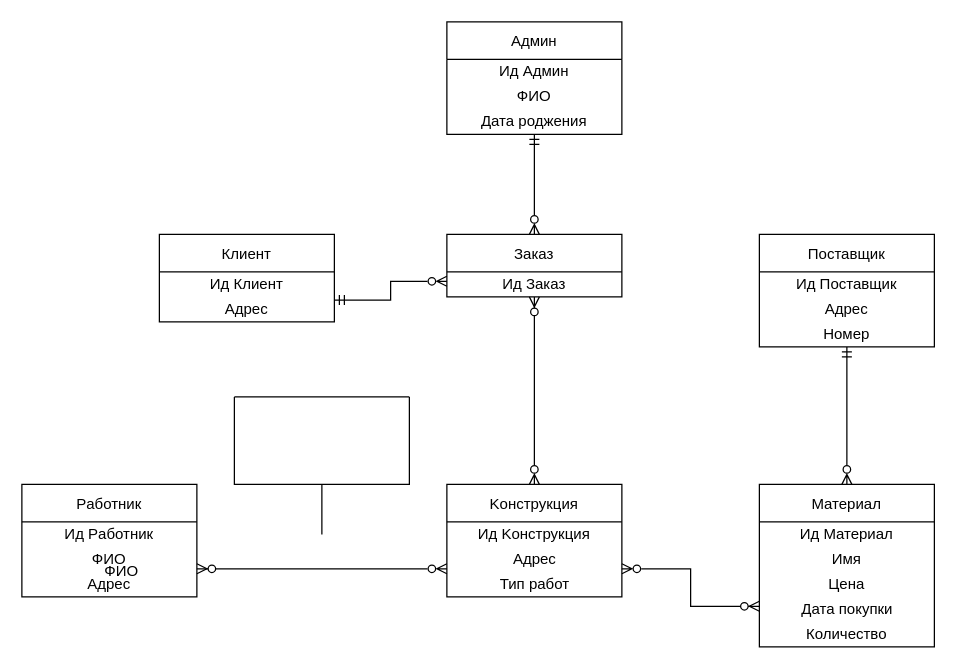
Tokiboyo/Tokiboyo keeps this draw.io diagram as Database table.drawio. Above is the earlier version. Source tidied: cells renumbered, new cells numbered last; positions are measured from the earlier drawing's top-left corner, leaving out a move shared by most shapes. Both pictures are drawn from the tidied source at 125%, with x=0, y=0 at pixel (21, 21).
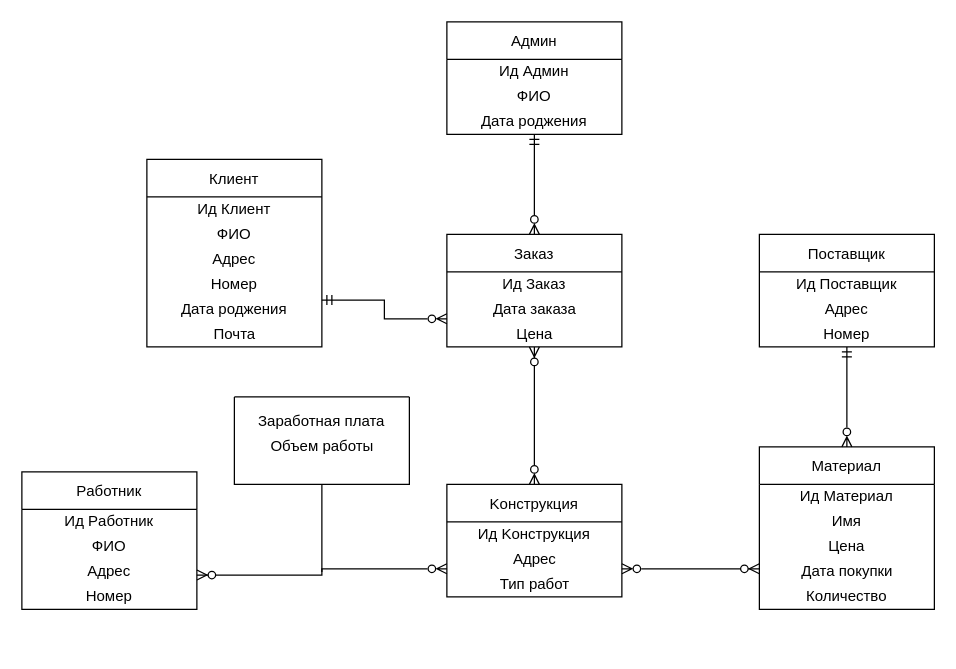
Above is the later version.

The change refers to these unchanged cells:
```xml
<mxCell id="36" style="swimlane;startSize=0;" parent="1" vertex="1">
  <mxGeometry x="170" y="300" width="140" height="70" as="geometry" />
</mxCell>
```

What changed in the source:
```diff
@@
     <mxCell id="3" value="Заказ" style="swimlane;fontStyle=0;horizontal=1;startSize=30;fillColor=default;gradientColor=none;" parent="1" vertex="1">
-      <mxGeometry x="340" y="170" width="140" height="50" as="geometry" />
+      <mxGeometry x="340" y="170" width="140" height="90" as="geometry" />
     </mxCell>
@@
+    <mxCell id="38" value="Дата заказа" style="text;html=1;align=center;verticalAlign=middle;strokeColor=none;fillColor=none;" parent="3" vertex="1">
+      <mxGeometry y="50" width="140" height="20" as="geometry" />
+    </mxCell>
+    <mxCell id="39" value="Цена" style="text;html=1;align=center;verticalAlign=middle;strokeColor=none;fillColor=none;" parent="3" vertex="1">
+      <mxGeometry y="70" width="140" height="20" as="geometry" />
+    </mxCell>
@@
     <mxCell id="11" value="Клиент" style="swimlane;fontStyle=0;horizontal=1;startSize=30;" parent="1" vertex="1">
-      <mxGeometry x="110" y="170" width="140" height="70" as="geometry" />
+      <mxGeometry x="100" y="110" width="140" height="150" as="geometry" />
     </mxCell>
@@
+    <mxCell id="37" value="ФИО" style="text;html=1;strokeColor=none;fillColor=none;align=center;verticalAlign=middle;whiteSpace=wrap;rounded=0;" parent="11" vertex="1">
+      <mxGeometry y="50" width="140" height="20" as="geometry" />
+    </mxCell>
     <mxCell id="13" value="Адрес" style="text;html=1;strokeColor=none;fillColor=none;align=center;verticalAlign=middle;whiteSpace=wrap;rounded=0;" parent="11" vertex="1">
-      <mxGeometry y="50" width="140" height="20" as="geometry" />
+      <mxGeometry y="70" width="140" height="20" as="geometry" />
     </mxCell>
+    <mxCell id="40" value="Номер" style="text;html=1;strokeColor=none;fillColor=none;align=center;verticalAlign=middle;whiteSpace=wrap;rounded=0;" parent="11" vertex="1">
+      <mxGeometry y="90" width="140" height="20" as="geometry" />
+    </mxCell>
+    <mxCell id="41" value="Дата роджения" style="text;html=1;strokeColor=none;fillColor=none;align=center;verticalAlign=middle;whiteSpace=wrap;rounded=0;" parent="11" vertex="1">
+      <mxGeometry y="110" width="140" height="20" as="geometry" />
+    </mxCell>
+    <mxCell id="42" value="Почта" style="text;html=1;align=center;verticalAlign=middle;strokeColor=none;fillColor=none;" parent="11" vertex="1">
+      <mxGeometry y="130" width="140" height="20" as="geometry" />
+    </mxCell>
@@
     <mxCell id="19" value="Mатериал" style="swimlane;fontStyle=0;horizontal=1;startSize=30;" parent="1" vertex="1">
-      <mxGeometry x="590" y="370" width="140" height="130" as="geometry" />
+      <mxGeometry x="590" y="340" width="140" height="130" as="geometry" />
     </mxCell>
@@
     <mxCell id="31" value="Pаботник" style="swimlane;fontStyle=0;horizontal=1;startSize=30;" parent="1" vertex="1">
-      <mxGeometry y="370" width="140" height="90" as="geometry" />
+      <mxGeometry y="360" width="140" height="110" as="geometry" />
     </mxCell>
@@
+    <mxCell id="43" value="Номер" style="text;html=1;strokeColor=none;fillColor=none;align=center;verticalAlign=middle;whiteSpace=wrap;rounded=0;" parent="31" vertex="1">
+      <mxGeometry y="90" width="140" height="20" as="geometry" />
+    </mxCell>
     <mxCell id="35" style="edgeStyle=orthogonalEdgeStyle;rounded=0;jettySize=auto;html=1;exitX=0.5;exitY=1;exitDx=0;exitDy=0;startArrow=none;startFill=0;endArrow=none;endFill=0;jumpSize=0;" parent="1" edge="1" source="36">
       <mxGeometry relative="1" as="geometry">
-        <mxPoint x="240" y="410" as="targetPoint" />
+        <mxPoint x="240" y="440" as="targetPoint" />
       </mxGeometry>
     </mxCell>
@@
-    <mxCell id="37" value="ФИО" style="text;html=1;strokeColor=none;fillColor=none;align=center;verticalAlign=middle;whiteSpace=wrap;rounded=0;" parent="1" vertex="1">
-      <mxGeometry x="10" y="430" width="140" height="20" as="geometry" />
-    </mxCell>
+    <mxCell id="44" value="Заработная плата" style="text;html=1;strokeColor=none;fillColor=none;align=center;verticalAlign=middle;whiteSpace=wrap;rounded=0;" parent="36" vertex="1">
+      <mxGeometry x="10" y="10" width="120" height="20" as="geometry" />
+    </mxCell>
+    <mxCell id="45" value="Объем работы" style="text;html=1;align=center;verticalAlign=middle;strokeColor=none;fillColor=none;" parent="36" vertex="1">
+      <mxGeometry x="20" y="30" width="100" height="20" as="geometry" />
+    </mxCell>
```
